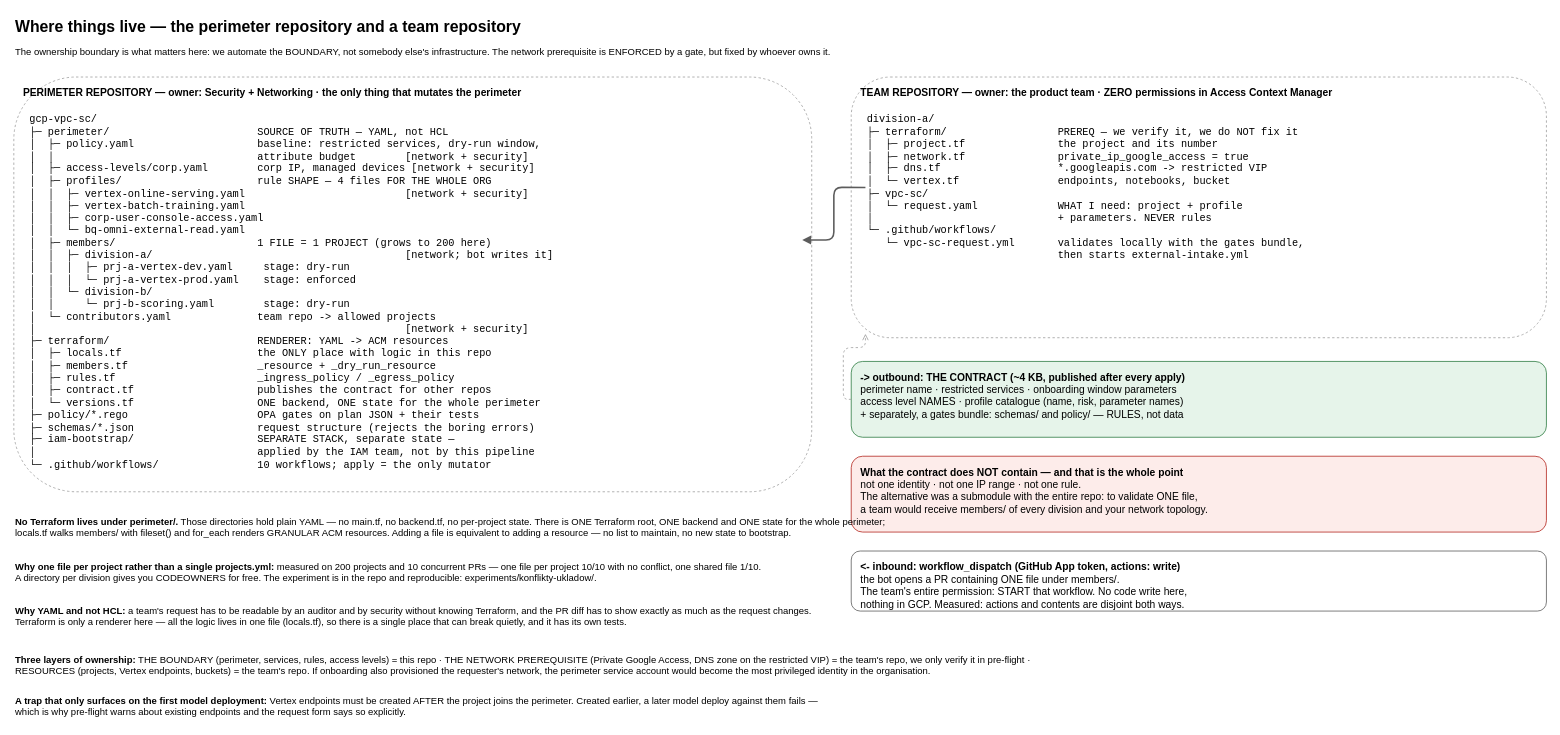
Before: docs/diagrams/D7-struktura-repo.drawio in CptDolphin/gcp-vpc-sc, a draw.io diagram. Source tidied: cells renumbered, new cells numbered last; positions are measured from the earlier drawing's top-left corner, leaving out a move shared by most shapes. Both pictures are drawn from the tidied source at 79%, with x=0, y=0 at pixel (13, 13).
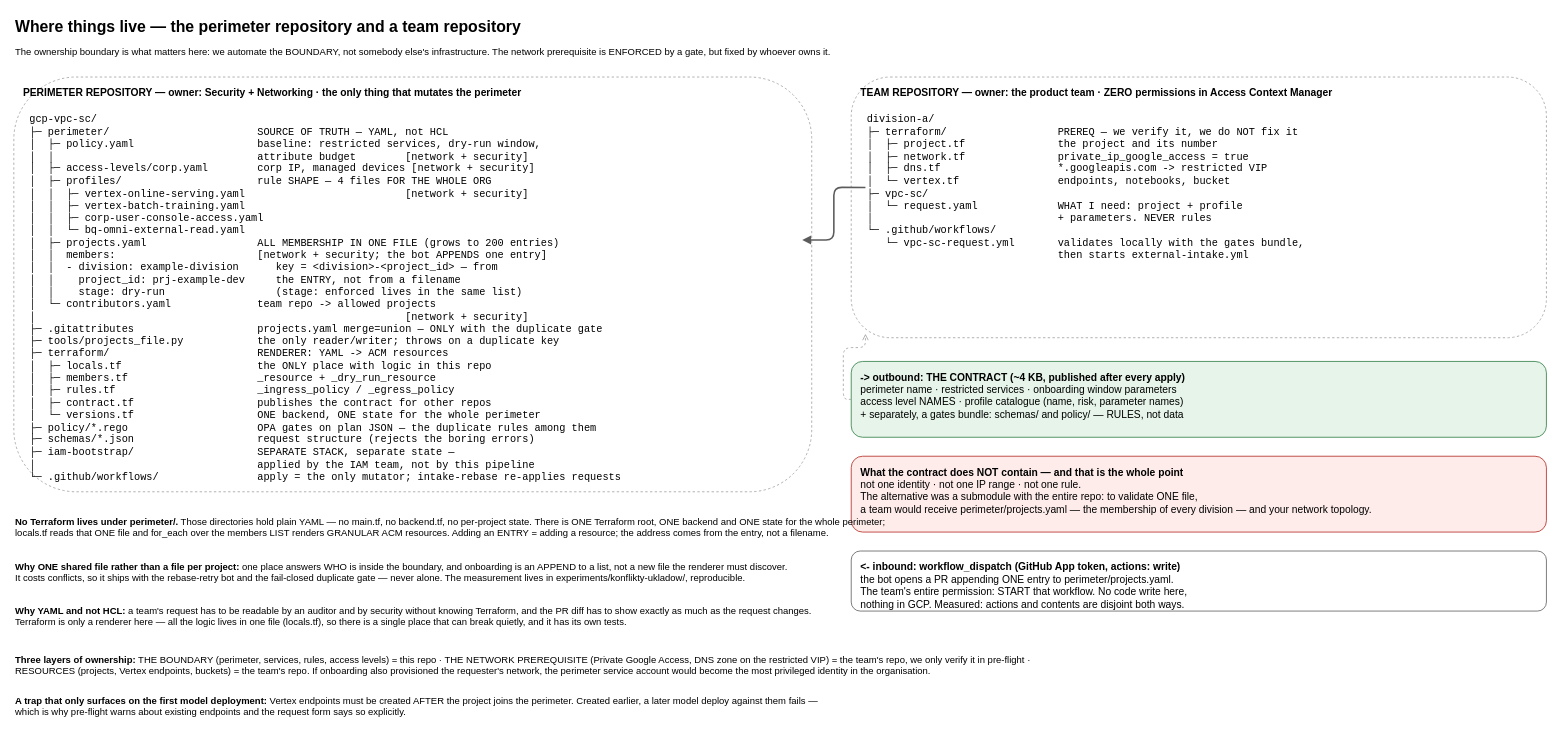
The same page after the edit.

Diff of the diagram source:
```diff
@@
-    <mxCell id="5" value="gcp-vpc-sc/&lt;br&gt;├─ perimeter/&amp;nbsp;&amp;nbsp;&amp;nbsp;&amp;nbsp;&amp;nbsp;&amp;nbsp;&amp;nbsp;&amp;nbsp;&amp;nbsp;&amp;nbsp;&amp;nbsp;&amp;nbsp;&amp;nbsp;&amp;nbsp;&amp;nbsp;&amp;nbsp;&amp;nbsp;&amp;nbsp;&amp;nbsp;&amp;nbsp;&amp;nbsp;&amp;nbsp;&amp;nbsp;&amp;nbsp;SOURCE OF TRUTH — YAML, not HCL&lt;br&gt;│&amp;nbsp;&amp;nbsp;├─ policy.yaml&amp;nbsp;&amp;nbsp;&amp;nbsp;&amp;nbsp;&amp;nbsp;&amp;nbsp;&amp;nbsp;&amp;nbsp;&amp;nbsp;&amp;nbsp;&amp;nbsp;&amp;nbsp;&amp;nbsp;&amp;nbsp;&amp;nbsp;&amp;nbsp;&amp;nbsp;&amp;nbsp;&amp;nbsp;&amp;nbsp;baseline: restricted services, dry-run window,&lt;br&gt;│&amp;nbsp;&amp;nbsp;│&amp;nbsp;&amp;nbsp;&amp;nbsp;&amp;nbsp;&amp;nbsp;&amp;nbsp;&amp;nbsp;&amp;nbsp;&amp;nbsp;&amp;nbsp;&amp;nbsp;&amp;nbsp;&amp;nbsp;&amp;nbsp;&amp;nbsp;&amp;nbsp;&amp;nbsp;&amp;nbsp;&amp;nbsp;&amp;nbsp;&amp;nbsp;&amp;nbsp;&amp;nbsp;&amp;nbsp;&amp;nbsp;&amp;nbsp;&amp;nbsp;&amp;nbsp;&amp;nbsp;&amp;nbsp;&amp;nbsp;&amp;nbsp;&amp;nbsp;attribute budget&amp;nbsp;&amp;nbsp;&amp;nbsp;&amp;nbsp;&amp;nbsp;&amp;nbsp;&amp;nbsp;&amp;nbsp;[network + security]&lt;br&gt;│&amp;nbsp;&amp;nbsp;├─ access-levels/corp.yaml&amp;nbsp;&amp;nbsp;&amp;nbsp;&amp;nbsp;&amp;nbsp;&amp;nbsp;&amp;nbsp;&amp;nbsp;corp IP, managed devices [network + security]&lt;br&gt;│&amp;nbsp;&amp;nbsp;├─ profiles/&amp;nbsp;&amp;nbsp;&amp;nbsp;&amp;nbsp;&amp;nbsp;&amp;nbsp;&amp;nbsp;&amp;nbsp;&amp;nbsp;&amp;nbsp;&amp;nbsp;&amp;nbsp;&amp;nbsp;&amp;nbsp;&amp;nbsp;&amp;nbsp;&amp;nbsp;&amp;nbsp;&amp;nbsp;&amp;nbsp;&amp;nbsp;&amp;nbsp;rule SHAPE — 4 files FOR THE WHOLE ORG&lt;br&gt;│&amp;nbsp;&amp;nbsp;│&amp;nbsp;&amp;nbsp;├─ vertex-online-serving.yaml&amp;nbsp;&amp;nbsp;&amp;nbsp;&amp;nbsp;&amp;nbsp;&amp;nbsp;&amp;nbsp;&amp;nbsp;&amp;nbsp;&amp;nbsp;&amp;nbsp;&amp;nbsp;&amp;nbsp;&amp;nbsp;&amp;nbsp;&amp;nbsp;&amp;nbsp;&amp;nbsp;&amp;nbsp;&amp;nbsp;&amp;nbsp;&amp;nbsp;&amp;nbsp;&amp;nbsp;&amp;nbsp;&amp;nbsp;[network + security]&lt;br&gt;│&amp;nbsp;&amp;nbsp;│&amp;nbsp;&amp;nbsp;├─ vertex-batch-training.yaml&lt;br&gt;│&amp;nbsp;&amp;nbsp;│&amp;nbsp;&amp;nbsp;├─ corp-user-console-access.yaml&lt;br&gt;│&amp;nbsp;&amp;nbsp;│&amp;nbsp;&amp;nbsp;└─ bq-omni-external-read.yaml&lt;br&gt;│&amp;nbsp;&amp;nbsp;├─ members/&amp;nbsp;&amp;nbsp;&amp;nbsp;&amp;nbsp;&amp;nbsp;&amp;nbsp;&amp;nbsp;&amp;nbsp;&amp;nbsp;&amp;nbsp;&amp;nbsp;&amp;nbsp;&amp;nbsp;&amp;nbsp;&amp;nbsp;&amp;nbsp;&amp;nbsp;&amp;nbsp;&amp;nbsp;&amp;nbsp;&amp;nbsp;&amp;nbsp;&amp;nbsp;1 FILE = 1 PROJECT (grows to 200 here)&lt;br&gt;│&amp;nbsp;&amp;nbsp;│&amp;nbsp;&amp;nbsp;├─ division-a/&amp;nbsp;&amp;nbsp;&amp;nbsp;&amp;nbsp;&amp;nbsp;&amp;nbsp;&amp;nbsp;&amp;nbsp;&amp;nbsp;&amp;nbsp;&amp;nbsp;&amp;nbsp;&amp;nbsp;&amp;nbsp;&amp;nbsp;&amp;nbsp;&amp;nbsp;&amp;nbsp;&amp;nbsp;&amp;nbsp;&amp;nbsp;&amp;nbsp;&amp;nbsp;&amp;nbsp;&amp;nbsp;&amp;nbsp;&amp;nbsp;&amp;nbsp;&amp;nbsp;&amp;nbsp;&amp;nbsp;&amp;nbsp;&amp;nbsp;&amp;nbsp;&amp;nbsp;&amp;nbsp;&amp;nbsp;&amp;nbsp;&amp;nbsp;&amp;nbsp;&amp;nbsp;[network; bot writes it]&lt;br&gt;│&amp;nbsp;&amp;nbsp;│&amp;nbsp;&amp;nbsp;│&amp;nbsp;&amp;nbsp;├─ prj-a-vertex-dev.yaml&amp;nbsp;&amp;nbsp;&amp;nbsp;&amp;nbsp;&amp;nbsp;stage: dry-run&lt;br&gt;│&amp;nbsp;&amp;nbsp;│&amp;nbsp;&amp;nbsp;│&amp;nbsp;&amp;nbsp;└─ prj-a-vertex-prod.yaml&amp;nbsp;&amp;nbsp;&amp;nbsp;&amp;nbsp;stage: enforced&lt;br&gt;│&amp;nbsp;&amp;nbsp;│&amp;nbsp;&amp;nbsp;└─ division-b/&lt;br&gt;│&amp;nbsp;&amp;nbsp;│&amp;nbsp;&amp;nbsp;&amp;nbsp;&amp;nbsp;&amp;nbsp;└─ prj-b-scoring.yaml&amp;nbsp;&amp;nbsp;&amp;nbsp;&amp;nbsp;&amp;nbsp;&amp;nbsp;&amp;nbsp;&amp;nbsp;stage: dry-run&lt;br&gt;│&amp;nbsp;&amp;nbsp;└─ contributors.yaml&amp;nbsp;&amp;nbsp;&amp;nbsp;&amp;nbsp;&amp;nbsp;&amp;nbsp;&amp;nbsp;&amp;nbsp;&amp;nbsp;&amp;nbsp;&amp;nbsp;&amp;nbsp;&amp;nbsp;&amp;nbsp;team repo -&amp;gt; allowed projects&lt;br&gt;│&amp;nbsp;&amp;nbsp;&amp;nbsp;&amp;nbsp;&amp;nbsp;&amp;nbsp;&amp;nbsp;&amp;nbsp;&amp;nbsp;&amp;nbsp;&amp;nbsp;&amp;nbsp;&amp;nbsp;&amp;nbsp;&amp;nbsp;&amp;nbsp;&amp;nbsp;&amp;nbsp;&amp;nbsp;&amp;nbsp;&amp;nbsp;&amp;nbsp;&amp;nbsp;&amp;nbsp;&amp;nbsp;&amp;nbsp;&amp;nbsp;&amp;nbsp;&amp;nbsp;&amp;nbsp;&amp;nbsp;&amp;nbsp;&amp;nbsp;&amp;nbsp;&amp;nbsp;&amp;nbsp;&amp;nbsp;&amp;nbsp;&amp;nbsp;&amp;nbsp;&amp;nbsp;&amp;nbsp;&amp;nbsp;&amp;nbsp;&amp;nbsp;&amp;nbsp;&amp;nbsp;&amp;nbsp;&amp;nbsp;&amp;nbsp;&amp;nbsp;&amp;nbsp;&amp;nbsp;&amp;nbsp;&amp;nbsp;&amp;nbsp;&amp;nbsp;&amp;nbsp;&amp;nbsp;&amp;nbsp;[network + security]&lt;br&gt;├─ terraform/&amp;nbsp;&amp;nbsp;&amp;nbsp;&amp;nbsp;&amp;nbsp;&amp;nbsp;&amp;nbsp;&amp;nbsp;&amp;nbsp;&amp;nbsp;&amp;nbsp;&amp;nbsp;&amp;nbsp;&amp;nbsp;&amp;nbsp;&amp;nbsp;&amp;nbsp;&amp;nbsp;&amp;nbsp;&amp;nbsp;&amp;nbsp;&amp;nbsp;&amp;nbsp;&amp;nbsp;RENDERER: YAML -&amp;gt; ACM resources&lt;br&gt;│&amp;nbsp;&amp;nbsp;├─ locals.tf&amp;nbsp;&amp;nbsp;&amp;nbsp;&amp;nbsp;&amp;nbsp;&amp;nbsp;&amp;nbsp;&amp;nbsp;&amp;nbsp;&amp;nbsp;&amp;nbsp;&amp;nbsp;&amp;nbsp;&amp;nbsp;&amp;nbsp;&amp;nbsp;&amp;nbsp;&amp;nbsp;&amp;nbsp;&amp;nbsp;&amp;nbsp;&amp;nbsp;the ONLY place with logic in this repo&lt;br&gt;│&amp;nbsp;&amp;nbsp;├─ members.tf&amp;nbsp;&amp;nbsp;&amp;nbsp;&amp;nbsp;&amp;nbsp;&amp;nbsp;&amp;nbsp;&amp;nbsp;&amp;nbsp;&amp;nbsp;&amp;nbsp;&amp;nbsp;&amp;nbsp;&amp;nbsp;&amp;nbsp;&amp;nbsp;&amp;nbsp;&amp;nbsp;&amp;nbsp;&amp;nbsp;&amp;nbsp;_resource + _dry_run_resource&lt;br&gt;│&amp;nbsp;&amp;nbsp;├─ rules.tf&amp;nbsp;&amp;nbsp;&amp;nbsp;&amp;nbsp;&amp;nbsp;&amp;nbsp;&amp;nbsp;&amp;nbsp;&amp;nbsp;&amp;nbsp;&amp;nbsp;&amp;nbsp;&amp;nbsp;&amp;nbsp;&amp;nbsp;&amp;nbsp;&amp;nbsp;&amp;nbsp;&amp;nbsp;&amp;nbsp;&amp;nbsp;&amp;nbsp;&amp;nbsp;_ingress_policy / _egress_policy&lt;br&gt;│&amp;nbsp;&amp;nbsp;├─ contract.tf&amp;nbsp;&amp;nbsp;&amp;nbsp;&amp;nbsp;&amp;nbsp;&amp;nbsp;&amp;nbsp;&amp;nbsp;&amp;nbsp;&amp;nbsp;&amp;nbsp;&amp;nbsp;&amp;nbsp;&amp;nbsp;&amp;nbsp;&amp;nbsp;&amp;nbsp;&amp;nbsp;&amp;nbsp;&amp;nbsp;publishes the contract for other repos&lt;br&gt;│&amp;nbsp;&amp;nbsp;└─ versions.tf&amp;nbsp;&amp;nbsp;&amp;nbsp;&amp;nbsp;&amp;nbsp;&amp;nbsp;&amp;nbsp;&amp;nbsp;&amp;nbsp;&amp;nbsp;&amp;nbsp;&amp;nbsp;&amp;nbsp;&amp;nbsp;&amp;nbsp;&amp;nbsp;&amp;nbsp;&amp;nbsp;&amp;nbsp;&amp;nbsp;ONE backend, ONE state for the whole perimeter&lt;br&gt;├─ policy/*.rego&amp;nbsp;&amp;nbsp;&amp;nbsp;&amp;nbsp;&amp;nbsp;&amp;nbsp;&amp;nbsp;&amp;nbsp;&amp;nbsp;&amp;nbsp;&amp;nbsp;&amp;nbsp;&amp;nbsp;&amp;nbsp;&amp;nbsp;&amp;nbsp;&amp;nbsp;&amp;nbsp;&amp;nbsp;&amp;nbsp;&amp;nbsp;OPA gates on plan JSON + their tests&lt;br&gt;├─ schemas/*.json&amp;nbsp;&amp;nbsp;&amp;nbsp;&amp;nbsp;&amp;nbsp;&amp;nbsp;&amp;nbsp;&amp;nbsp;&amp;nbsp;&amp;nbsp;&amp;nbsp;&amp;nbsp;&amp;nbsp;&amp;nbsp;&amp;nbsp;&amp;nbsp;&amp;nbsp;&amp;nbsp;&amp;nbsp;&amp;nbsp;request structure (rejects the boring errors)&lt;br&gt;├─ iam-bootstrap/&amp;nbsp;&amp;nbsp;&amp;nbsp;&amp;nbsp;&amp;nbsp;&amp;nbsp;&amp;nbsp;&amp;nbsp;&amp;nbsp;&amp;nbsp;&amp;nbsp;&amp;nbsp;&amp;nbsp;&amp;nbsp;&amp;nbsp;&amp;nbsp;&amp;nbsp;&amp;nbsp;&amp;nbsp;&amp;nbsp;SEPARATE STACK, separate state —&lt;br&gt;│&amp;nbsp;&amp;nbsp;&amp;nbsp;&amp;nbsp;&amp;nbsp;&amp;nbsp;&amp;nbsp;&amp;nbsp;&amp;nbsp;&amp;nbsp;&amp;nbsp;&amp;nbsp;&amp;nbsp;&amp;nbsp;&amp;nbsp;&amp;nbsp;&amp;nbsp;&amp;nbsp;&amp;nbsp;&amp;nbsp;&amp;nbsp;&amp;nbsp;&amp;nbsp;&amp;nbsp;&amp;nbsp;&amp;nbsp;&amp;nbsp;&amp;nbsp;&amp;nbsp;&amp;nbsp;&amp;nbsp;&amp;nbsp;&amp;nbsp;&amp;nbsp;&amp;nbsp;&amp;nbsp;applied by the IAM team, not by this pipeline&lt;br&gt;└─ .github/workflows/&amp;nbsp;&amp;nbsp;&amp;nbsp;&amp;nbsp;&amp;nbsp;&amp;nbsp;&amp;nbsp;&amp;nbsp;&amp;nbsp;&amp;nbsp;&amp;nbsp;&amp;nbsp;&amp;nbsp;&amp;nbsp;&amp;nbsp;&amp;nbsp;10 workflows; apply = the only mutator" style="text;html=1;strokeColor=none;fillColor=none;align=left;verticalAlign=top;fontSize=13;fontFamily=Courier New;" parent="1" vertex="1">
+    <mxCell id="5" value="gcp-vpc-sc/&lt;br&gt;├─ perimeter/&amp;nbsp;&amp;nbsp;&amp;nbsp;&amp;nbsp;&amp;nbsp;&amp;nbsp;&amp;nbsp;&amp;nbsp;&amp;nbsp;&amp;nbsp;&amp;nbsp;&amp;nbsp;&amp;nbsp;&amp;nbsp;&amp;nbsp;&amp;nbsp;&amp;nbsp;&amp;nbsp;&amp;nbsp;&amp;nbsp;&amp;nbsp;&amp;nbsp;&amp;nbsp;&amp;nbsp;SOURCE OF TRUTH — YAML, not HCL&lt;br&gt;│&amp;nbsp;&amp;nbsp;├─ policy.yaml&amp;nbsp;&amp;nbsp;&amp;nbsp;&amp;nbsp;&amp;nbsp;&amp;nbsp;&amp;nbsp;&amp;nbsp;&amp;nbsp;&amp;nbsp;&amp;nbsp;&amp;nbsp;&amp;nbsp;&amp;nbsp;&amp;nbsp;&amp;nbsp;&amp;nbsp;&amp;nbsp;&amp;nbsp;&amp;nbsp;baseline: restricted services, dry-run window,&lt;br&gt;│&amp;nbsp;&amp;nbsp;│&amp;nbsp;&amp;nbsp;&amp;nbsp;&amp;nbsp;&amp;nbsp;&amp;nbsp;&amp;nbsp;&amp;nbsp;&amp;nbsp;&amp;nbsp;&amp;nbsp;&amp;nbsp;&amp;nbsp;&amp;nbsp;&amp;nbsp;&amp;nbsp;&amp;nbsp;&amp;nbsp;&amp;nbsp;&amp;nbsp;&amp;nbsp;&amp;nbsp;&amp;nbsp;&amp;nbsp;&amp;nbsp;&amp;nbsp;&amp;nbsp;&amp;nbsp;&amp;nbsp;&amp;nbsp;&amp;nbsp;&amp;nbsp;&amp;nbsp;attribute budget&amp;nbsp;&amp;nbsp;&amp;nbsp;&amp;nbsp;&amp;nbsp;&amp;nbsp;&amp;nbsp;&amp;nbsp;[network + security]&lt;br&gt;│&amp;nbsp;&amp;nbsp;├─ access-levels/corp.yaml&amp;nbsp;&amp;nbsp;&amp;nbsp;&amp;nbsp;&amp;nbsp;&amp;nbsp;&amp;nbsp;&amp;nbsp;corp IP, managed devices [network + security]&lt;br&gt;│&amp;nbsp;&amp;nbsp;├─ profiles/&amp;nbsp;&amp;nbsp;&amp;nbsp;&amp;nbsp;&amp;nbsp;&amp;nbsp;&amp;nbsp;&amp;nbsp;&amp;nbsp;&amp;nbsp;&amp;nbsp;&amp;nbsp;&amp;nbsp;&amp;nbsp;&amp;nbsp;&amp;nbsp;&amp;nbsp;&amp;nbsp;&amp;nbsp;&amp;nbsp;&amp;nbsp;&amp;nbsp;rule SHAPE — 4 files FOR THE WHOLE ORG&lt;br&gt;│&amp;nbsp;&amp;nbsp;│&amp;nbsp;&amp;nbsp;├─ vertex-online-serving.yaml&amp;nbsp;&amp;nbsp;&amp;nbsp;&amp;nbsp;&amp;nbsp;&amp;nbsp;&amp;nbsp;&amp;nbsp;&amp;nbsp;&amp;nbsp;&amp;nbsp;&amp;nbsp;&amp;nbsp;&amp;nbsp;&amp;nbsp;&amp;nbsp;&amp;nbsp;&amp;nbsp;&amp;nbsp;&amp;nbsp;&amp;nbsp;&amp;nbsp;&amp;nbsp;&amp;nbsp;&amp;nbsp;&amp;nbsp;[network + security]&lt;br&gt;│&amp;nbsp;&amp;nbsp;│&amp;nbsp;&amp;nbsp;├─ vertex-batch-training.yaml&lt;br&gt;│&amp;nbsp;&amp;nbsp;│&amp;nbsp;&amp;nbsp;├─ corp-user-console-access.yaml&lt;br&gt;│&amp;nbsp;&amp;nbsp;│&amp;nbsp;&amp;nbsp;└─ bq-omni-external-read.yaml&lt;br&gt;│&amp;nbsp;&amp;nbsp;├─ projects.yaml&amp;nbsp;&amp;nbsp;&amp;nbsp;&amp;nbsp;&amp;nbsp;&amp;nbsp;&amp;nbsp;&amp;nbsp;&amp;nbsp;&amp;nbsp;&amp;nbsp;&amp;nbsp;&amp;nbsp;&amp;nbsp;&amp;nbsp;&amp;nbsp;&amp;nbsp;&amp;nbsp;ALL MEMBERSHIP IN ONE FILE (grows to 200 entries)&lt;br&gt;│&amp;nbsp;&amp;nbsp;│&amp;nbsp;&amp;nbsp;members:&amp;nbsp;&amp;nbsp;&amp;nbsp;&amp;nbsp;&amp;nbsp;&amp;nbsp;&amp;nbsp;&amp;nbsp;&amp;nbsp;&amp;nbsp;&amp;nbsp;&amp;nbsp;&amp;nbsp;&amp;nbsp;&amp;nbsp;&amp;nbsp;&amp;nbsp;&amp;nbsp;&amp;nbsp;&amp;nbsp;&amp;nbsp;&amp;nbsp;&amp;nbsp;[network + security; the bot APPENDS one entry]&lt;br&gt;│&amp;nbsp;&amp;nbsp;│&amp;nbsp;&amp;nbsp;- division: example-division&amp;nbsp;&amp;nbsp;&amp;nbsp;&amp;nbsp;&amp;nbsp;&amp;nbsp;key = &amp;lt;division&amp;gt;-&amp;lt;project_id&amp;gt; — from&lt;br&gt;│&amp;nbsp;&amp;nbsp;│&amp;nbsp;&amp;nbsp;&amp;nbsp;&amp;nbsp;project_id: prj-example-dev&amp;nbsp;&amp;nbsp;&amp;nbsp;&amp;nbsp;&amp;nbsp;the ENTRY, not from a filename&lt;br&gt;│&amp;nbsp;&amp;nbsp;│&amp;nbsp;&amp;nbsp;&amp;nbsp;&amp;nbsp;stage: dry-run&amp;nbsp;&amp;nbsp;&amp;nbsp;&amp;nbsp;&amp;nbsp;&amp;nbsp;&amp;nbsp;&amp;nbsp;&amp;nbsp;&amp;nbsp;&amp;nbsp;&amp;nbsp;&amp;nbsp;&amp;nbsp;&amp;nbsp;&amp;nbsp;&amp;nbsp;&amp;nbsp;(stage: enforced lives in the same list)&lt;br&gt;│&amp;nbsp;&amp;nbsp;└─ contributors.yaml&amp;nbsp;&amp;nbsp;&amp;nbsp;&amp;nbsp;&amp;nbsp;&amp;nbsp;&amp;nbsp;&amp;nbsp;&amp;nbsp;&amp;nbsp;&amp;nbsp;&amp;nbsp;&amp;nbsp;&amp;nbsp;team repo -&amp;gt; allowed projects&lt;br&gt;│&amp;nbsp;&amp;nbsp;&amp;nbsp;&amp;nbsp;&amp;nbsp;&amp;nbsp;&amp;nbsp;&amp;nbsp;&amp;nbsp;&amp;nbsp;&amp;nbsp;&amp;nbsp;&amp;nbsp;&amp;nbsp;&amp;nbsp;&amp;nbsp;&amp;nbsp;&amp;nbsp;&amp;nbsp;&amp;nbsp;&amp;nbsp;&amp;nbsp;&amp;nbsp;&amp;nbsp;&amp;nbsp;&amp;nbsp;&amp;nbsp;&amp;nbsp;&amp;nbsp;&amp;nbsp;&amp;nbsp;&amp;nbsp;&amp;nbsp;&amp;nbsp;&amp;nbsp;&amp;nbsp;&amp;nbsp;&amp;nbsp;&amp;nbsp;&amp;nbsp;&amp;nbsp;&amp;nbsp;&amp;nbsp;&amp;nbsp;&amp;nbsp;&amp;nbsp;&amp;nbsp;&amp;nbsp;&amp;nbsp;&amp;nbsp;&amp;nbsp;&amp;nbsp;&amp;nbsp;&amp;nbsp;&amp;nbsp;&amp;nbsp;&amp;nbsp;&amp;nbsp;&amp;nbsp;&amp;nbsp;[network + security]&lt;br&gt;├─ .gitattributes&amp;nbsp;&amp;nbsp;&amp;nbsp;&amp;nbsp;&amp;nbsp;&amp;nbsp;&amp;nbsp;&amp;nbsp;&amp;nbsp;&amp;nbsp;&amp;nbsp;&amp;nbsp;&amp;nbsp;&amp;nbsp;&amp;nbsp;&amp;nbsp;&amp;nbsp;&amp;nbsp;&amp;nbsp;&amp;nbsp;projects.yaml merge=union — ONLY with the duplicate gate&lt;br&gt;├─ tools/projects_file.py&amp;nbsp;&amp;nbsp;&amp;nbsp;&amp;nbsp;&amp;nbsp;&amp;nbsp;&amp;nbsp;&amp;nbsp;&amp;nbsp;&amp;nbsp;&amp;nbsp;&amp;nbsp;the only reader/writer; throws on a duplicate key&lt;br&gt;├─ terraform/&amp;nbsp;&amp;nbsp;&amp;nbsp;&amp;nbsp;&amp;nbsp;&amp;nbsp;&amp;nbsp;&amp;nbsp;&amp;nbsp;&amp;nbsp;&amp;nbsp;&amp;nbsp;&amp;nbsp;&amp;nbsp;&amp;nbsp;&amp;nbsp;&amp;nbsp;&amp;nbsp;&amp;nbsp;&amp;nbsp;&amp;nbsp;&amp;nbsp;&amp;nbsp;&amp;nbsp;RENDERER: YAML -&amp;gt; ACM resources&lt;br&gt;│&amp;nbsp;&amp;nbsp;├─ locals.tf&amp;nbsp;&amp;nbsp;&amp;nbsp;&amp;nbsp;&amp;nbsp;&amp;nbsp;&amp;nbsp;&amp;nbsp;&amp;nbsp;&amp;nbsp;&amp;nbsp;&amp;nbsp;&amp;nbsp;&amp;nbsp;&amp;nbsp;&amp;nbsp;&amp;nbsp;&amp;nbsp;&amp;nbsp;&amp;nbsp;&amp;nbsp;&amp;nbsp;the ONLY place with logic in this repo&lt;br&gt;│&amp;nbsp;&amp;nbsp;├─ members.tf&amp;nbsp;&amp;nbsp;&amp;nbsp;&amp;nbsp;&amp;nbsp;&amp;nbsp;&amp;nbsp;&amp;nbsp;&amp;nbsp;&amp;nbsp;&amp;nbsp;&amp;nbsp;&amp;nbsp;&amp;nbsp;&amp;nbsp;&amp;nbsp;&amp;nbsp;&amp;nbsp;&amp;nbsp;&amp;nbsp;&amp;nbsp;_resource + _dry_run_resource&lt;br&gt;│&amp;nbsp;&amp;nbsp;├─ rules.tf&amp;nbsp;&amp;nbsp;&amp;nbsp;&amp;nbsp;&amp;nbsp;&amp;nbsp;&amp;nbsp;&amp;nbsp;&amp;nbsp;&amp;nbsp;&amp;nbsp;&amp;nbsp;&amp;nbsp;&amp;nbsp;&amp;nbsp;&amp;nbsp;&amp;nbsp;&amp;nbsp;&amp;nbsp;&amp;nbsp;&amp;nbsp;&amp;nbsp;&amp;nbsp;_ingress_policy / _egress_policy&lt;br&gt;│&amp;nbsp;&amp;nbsp;├─ contract.tf&amp;nbsp;&amp;nbsp;&amp;nbsp;&amp;nbsp;&amp;nbsp;&amp;nbsp;&amp;nbsp;&amp;nbsp;&amp;nbsp;&amp;nbsp;&amp;nbsp;&amp;nbsp;&amp;nbsp;&amp;nbsp;&amp;nbsp;&amp;nbsp;&amp;nbsp;&amp;nbsp;&amp;nbsp;&amp;nbsp;publishes the contract for other repos&lt;br&gt;│&amp;nbsp;&amp;nbsp;└─ versions.tf&amp;nbsp;&amp;nbsp;&amp;nbsp;&amp;nbsp;&amp;nbsp;&amp;nbsp;&amp;nbsp;&amp;nbsp;&amp;nbsp;&amp;nbsp;&amp;nbsp;&amp;nbsp;&amp;nbsp;&amp;nbsp;&amp;nbsp;&amp;nbsp;&amp;nbsp;&amp;nbsp;&amp;nbsp;&amp;nbsp;ONE backend, ONE state for the whole perimeter&lt;br&gt;├─ policy/*.rego&amp;nbsp;&amp;nbsp;&amp;nbsp;&amp;nbsp;&amp;nbsp;&amp;nbsp;&amp;nbsp;&amp;nbsp;&amp;nbsp;&amp;nbsp;&amp;nbsp;&amp;nbsp;&amp;nbsp;&amp;nbsp;&amp;nbsp;&amp;nbsp;&amp;nbsp;&amp;nbsp;&amp;nbsp;&amp;nbsp;&amp;nbsp;OPA gates on plan JSON — the duplicate rules among them&lt;br&gt;├─ schemas/*.json&amp;nbsp;&amp;nbsp;&amp;nbsp;&amp;nbsp;&amp;nbsp;&amp;nbsp;&amp;nbsp;&amp;nbsp;&amp;nbsp;&amp;nbsp;&amp;nbsp;&amp;nbsp;&amp;nbsp;&amp;nbsp;&amp;nbsp;&amp;nbsp;&amp;nbsp;&amp;nbsp;&amp;nbsp;&amp;nbsp;request structure (rejects the boring errors)&lt;br&gt;├─ iam-bootstrap/&amp;nbsp;&amp;nbsp;&amp;nbsp;&amp;nbsp;&amp;nbsp;&amp;nbsp;&amp;nbsp;&amp;nbsp;&amp;nbsp;&amp;nbsp;&amp;nbsp;&amp;nbsp;&amp;nbsp;&amp;nbsp;&amp;nbsp;&amp;nbsp;&amp;nbsp;&amp;nbsp;&amp;nbsp;&amp;nbsp;SEPARATE STACK, separate state —&lt;br&gt;│&amp;nbsp;&amp;nbsp;&amp;nbsp;&amp;nbsp;&amp;nbsp;&amp;nbsp;&amp;nbsp;&amp;nbsp;&amp;nbsp;&amp;nbsp;&amp;nbsp;&amp;nbsp;&amp;nbsp;&amp;nbsp;&amp;nbsp;&amp;nbsp;&amp;nbsp;&amp;nbsp;&amp;nbsp;&amp;nbsp;&amp;nbsp;&amp;nbsp;&amp;nbsp;&amp;nbsp;&amp;nbsp;&amp;nbsp;&amp;nbsp;&amp;nbsp;&amp;nbsp;&amp;nbsp;&amp;nbsp;&amp;nbsp;&amp;nbsp;&amp;nbsp;&amp;nbsp;&amp;nbsp;applied by the IAM team, not by this pipeline&lt;br&gt;└─ .github/workflows/&amp;nbsp;&amp;nbsp;&amp;nbsp;&amp;nbsp;&amp;nbsp;&amp;nbsp;&amp;nbsp;&amp;nbsp;&amp;nbsp;&amp;nbsp;&amp;nbsp;&amp;nbsp;&amp;nbsp;&amp;nbsp;&amp;nbsp;&amp;nbsp;apply = the only mutator; intake-rebase re-applies requests" style="text;html=1;strokeColor=none;fillColor=none;align=left;verticalAlign=top;fontSize=13;fontFamily=Courier New;" parent="1" vertex="1">
       <mxGeometry x="18" y="120" width="980" height="475" as="geometry" />
     </mxCell>
@@
-    <mxCell id="9" value="&lt;b&gt;What the contract does NOT contain — and that is the whole point&lt;/b&gt;&lt;br&gt;not one identity · not one IP range · not one rule.&lt;br&gt;The alternative was a submodule with the entire repo: to validate ONE file,&lt;br&gt;a team would receive members/ of every division and your network topology." style="rounded=1;whiteSpace=wrap;html=1;fillColor=#fdecea;strokeColor=#b3261e;align=left;verticalAlign=top;spacingLeft=10;spacingTop=6;fontSize=13;" parent="1" vertex="1">
+    <mxCell id="9" value="&lt;b&gt;What the contract does NOT contain — and that is the whole point&lt;/b&gt;&lt;br&gt;not one identity · not one IP range · not one rule.&lt;br&gt;The alternative was a submodule with the entire repo: to validate ONE file,&lt;br&gt;a team would receive perimeter/projects.yaml — the membership of every division — and your network topology." style="rounded=1;whiteSpace=wrap;html=1;fillColor=#fdecea;strokeColor=#b3261e;align=left;verticalAlign=top;spacingLeft=10;spacingTop=6;fontSize=13;" parent="1" vertex="1">
       <mxGeometry x="1060" y="560" width="880" height="96" as="geometry" />
     </mxCell>
-    <mxCell id="10" value="&lt;b&gt;&amp;lt;- inbound: workflow_dispatch (GitHub App token, actions: write)&lt;/b&gt;&lt;br&gt;the bot opens a PR containing ONE file under members/.&lt;br&gt;The team's entire permission: START that workflow. No code write here,&lt;br&gt;nothing in GCP. Measured: actions and contents are disjoint both ways." style="rounded=1;whiteSpace=wrap;html=1;fillColor=#ffffff;strokeColor=#5c5c5c;align=left;verticalAlign=top;spacingLeft=10;spacingTop=6;fontSize=13;" parent="1" vertex="1">
+    <mxCell id="10" value="&lt;b&gt;&amp;lt;- inbound: workflow_dispatch (GitHub App token, actions: write)&lt;/b&gt;&lt;br&gt;the bot opens a PR appending ONE entry to perimeter/projects.yaml.&lt;br&gt;The team's entire permission: START that workflow. No code write here,&lt;br&gt;nothing in GCP. Measured: actions and contents are disjoint both ways." style="rounded=1;whiteSpace=wrap;html=1;fillColor=#ffffff;strokeColor=#5c5c5c;align=left;verticalAlign=top;spacingLeft=10;spacingTop=6;fontSize=13;" parent="1" vertex="1">
       <mxGeometry x="1060" y="680" width="880" height="76" as="geometry" />
     </mxCell>
-    <mxCell id="11" value="&lt;b&gt;No Terraform lives under perimeter/.&lt;/b&gt; Those directories hold plain YAML — no main.tf, no backend.tf, no per-project state. There is ONE Terraform root, ONE backend and ONE state for the whole perimeter;&lt;br&gt;locals.tf walks members/ with fileset() and for_each renders GRANULAR ACM resources. Adding a file is equivalent to adding a resource — no list to maintain, no new state to bootstrap." style="text;html=1;strokeColor=none;fillColor=none;align=left;verticalAlign=top;fontSize=12;" parent="1" vertex="1">
+    <mxCell id="11" value="&lt;b&gt;No Terraform lives under perimeter/.&lt;/b&gt; Those directories hold plain YAML — no main.tf, no backend.tf, no per-project state. There is ONE Terraform root, ONE backend and ONE state for the whole perimeter;&lt;br&gt;locals.tf reads that ONE file and for_each over the members LIST renders GRANULAR ACM resources. Adding an ENTRY = adding a resource; the address comes from the entry, not a filename." style="text;html=1;strokeColor=none;fillColor=none;align=left;verticalAlign=top;fontSize=12;" parent="1" vertex="1">
       <mxGeometry y="630" width="1010" height="40" as="geometry" />
     </mxCell>
-    <mxCell id="12" value="&lt;b&gt;Why one file per project rather than a single projects.yml:&lt;/b&gt; measured on 200 projects and 10 concurrent PRs — one file per project 10/10 with no conflict, one shared file 1/10.&lt;br&gt;A directory per division gives you CODEOWNERS for free. The experiment is in the repo and reproducible: experiments/konflikty-ukladow/." style="text;html=1;strokeColor=none;fillColor=none;align=left;verticalAlign=top;fontSize=12;" parent="1" vertex="1">
+    <mxCell id="12" value="&lt;b&gt;Why ONE shared file rather than a file per project:&lt;/b&gt; one place answers WHO is inside the boundary, and onboarding is an APPEND to a list, not a new file the renderer must discover.&lt;br&gt;It costs conflicts, so it ships with the rebase-retry bot and the fail-closed duplicate gate — never alone. The measurement lives in experiments/konflikty-ukladow/, reproducible." style="text;html=1;strokeColor=none;fillColor=none;align=left;verticalAlign=top;fontSize=12;" parent="1" vertex="1">
       <mxGeometry y="686" width="1010" height="40" as="geometry" />
     </mxCell>
```
